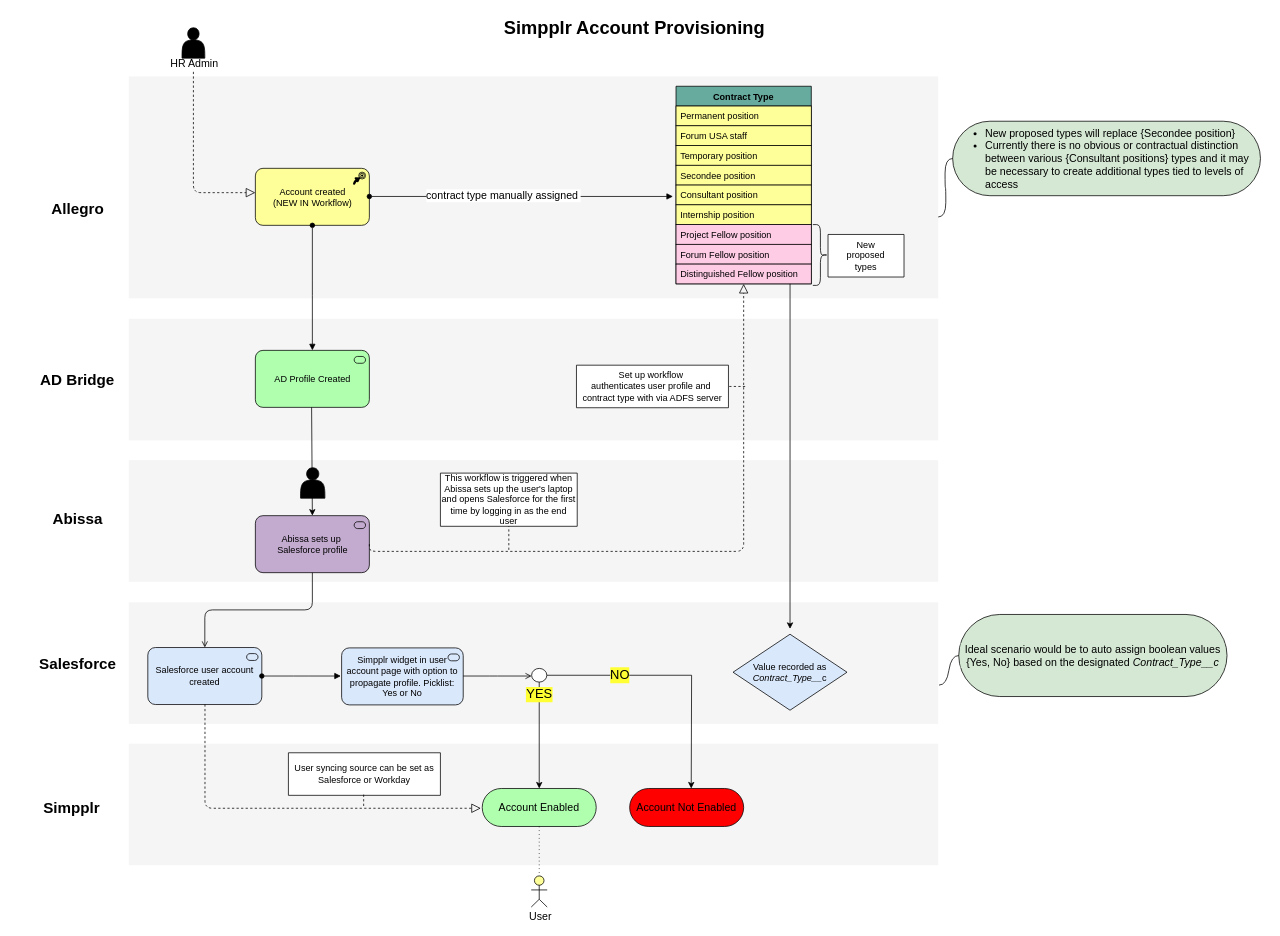
Earlier version of the draw.io diagram SimpplrAccountProvisioning.drawio (merid-berhe/draw.io). Source tidied: cells renumbered, new cells numbered last; positions are measured from the earlier drawing's top-left corner, leaving out a move shared by most shapes. Both pictures are drawn from the tidied source at 76%, with x=0, y=0 at pixel (13, 13).
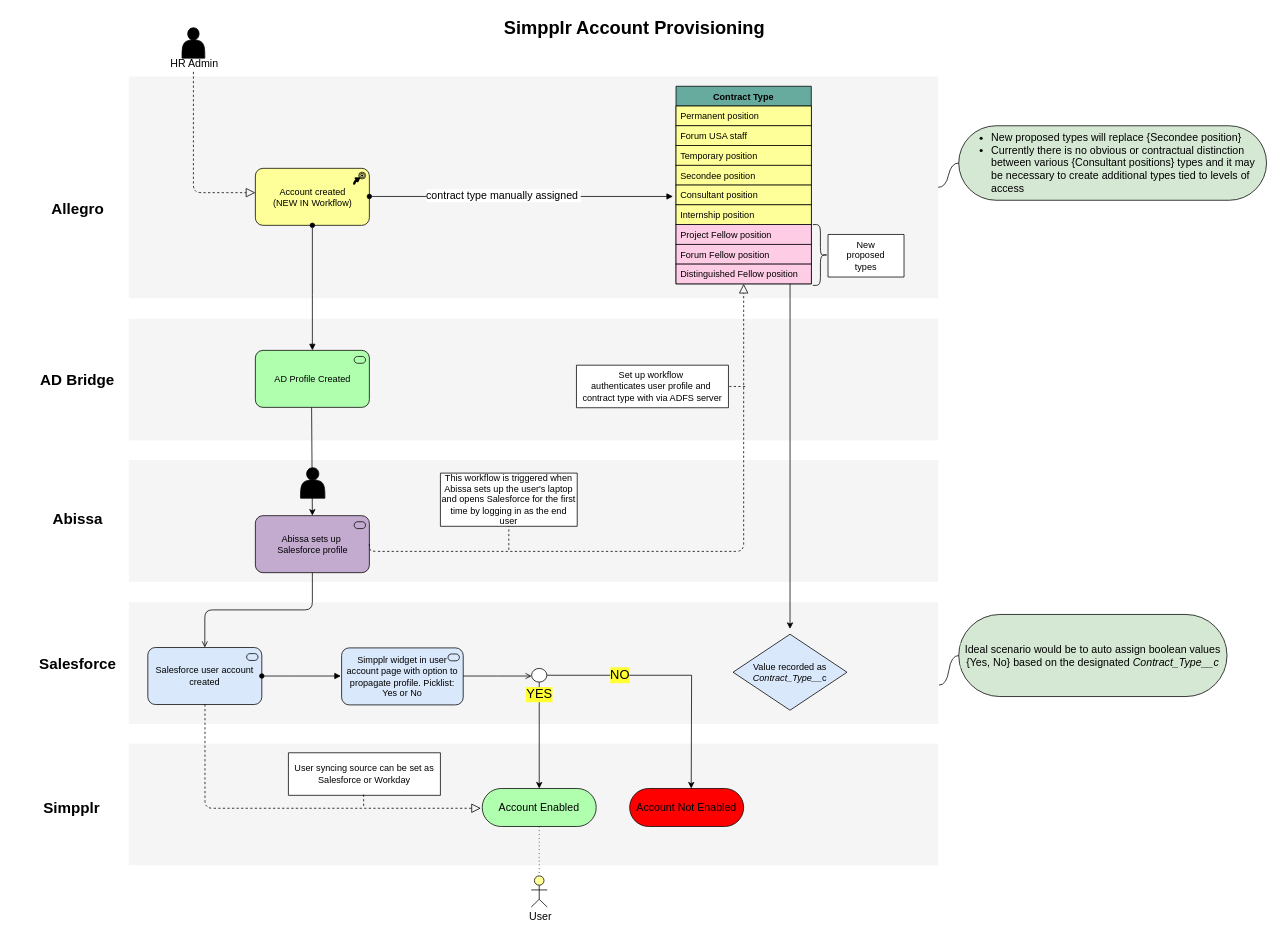
The same page after the edit.

The change refers to these unchanged cells:
```xml
<mxCell id="6" style="whiteSpace=wrap;html=1;strokeColor=none;strokeWidth=1;fillColor=#f5f5f5;fontSize=14;imageWidth=24;imageAspect=1;" parent="1" vertex="1">
  <mxGeometry x="152" y="83" width="1065" height="292" as="geometry" />
</mxCell>
```

Diff of the diagram source:
```diff
@@
     <mxCell id="62" value="&lt;ul style=&quot;text-align: left&quot;&gt;&lt;li&gt;New proposed types will replace {Secondee position}&lt;/li&gt;&lt;li&gt;Currently there is no obvious or contractual distinction between various {Consultant positions} types and it may be necessary to create additional types tied to levels of access&lt;/li&gt;&lt;/ul&gt;" style="whiteSpace=wrap;html=1;rounded=1;arcSize=50;align=center;verticalAlign=middle;strokeWidth=1;spacing=4;labelBackgroundColor=#;fillColor=#D5E8D4;fontSize=14;labelBorderColor=#;" parent="1" vertex="1">
-      <mxGeometry x="1236" y="142" width="405" height="98" as="geometry" />
+      <mxGeometry x="1244" y="148" width="405" height="98" as="geometry" />
     </mxCell>
-    <mxCell id="63" style="edgeStyle=entityRelationEdgeStyle;startArrow=none;endArrow=none;segment=10;curved=1;fontSize=14;" parent="1" edge="1" target="62">
-      <mxGeometry relative="1" as="geometry">
-        <mxPoint x="1217" y="268" as="sourcePoint" />
-      </mxGeometry>
+    <mxCell id="63" style="edgeStyle=entityRelationEdgeStyle;startArrow=none;endArrow=none;segment=10;curved=1;fontSize=14;" parent="1" edge="1" source="6" target="62">
+      <mxGeometry relative="1" as="geometry" />
     </mxCell>
```
